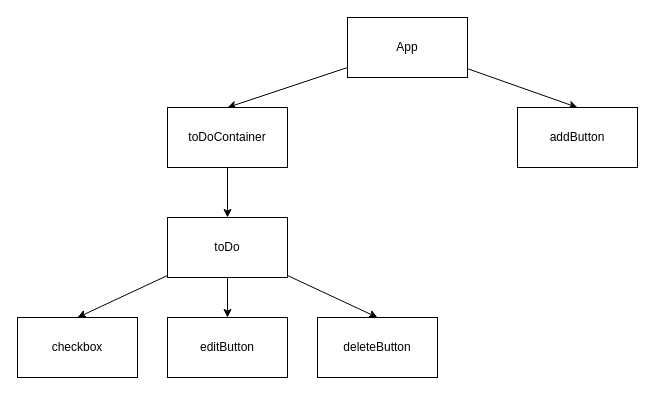
Before: client/src/component-tree.drawio in AnastasiaAdamoudi/ToDoList-MERNstack, a draw.io diagram. Source tidied: cells renumbered, new cells numbered last; positions are measured from the earlier drawing's top-left corner, leaving out a move shared by most shapes. Both pictures are drawn from the tidied source at 100%, with x=0, y=0 at pixel (17, 17).
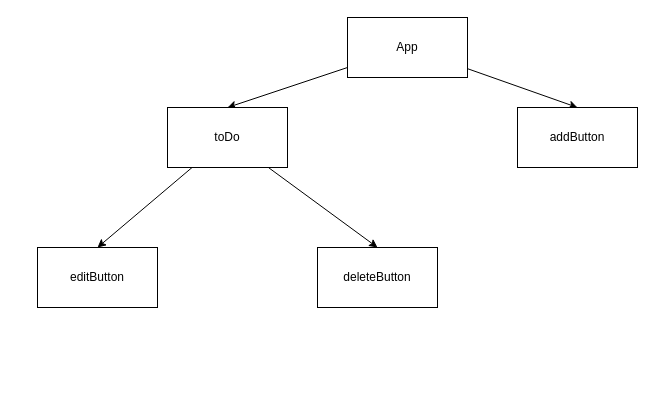
The same page after the edit.

Diff of the diagram source:
```diff
@@
 <mxGraphModel>
   <root>
     <mxCell id="0" />
     <mxCell id="1" parent="0" />
     <mxCell id="2" style="edgeStyle=none;html=1;entryX=0.5;entryY=0;entryDx=0;entryDy=0;" parent="1" edge="1" source="4" target="12">
       <mxGeometry relative="1" as="geometry" />
     </mxCell>
-    <mxCell id="3" style="edgeStyle=none;html=1;entryX=0.5;entryY=0;entryDx=0;entryDy=0;" parent="1" edge="1" source="4" target="14">
-      <mxGeometry relative="1" as="geometry" />
+    <mxCell id="3" style="edgeStyle=none;html=1;entryX=0.5;entryY=0;entryDx=0;entryDy=0;" parent="1" edge="1" source="4">
+      <mxGeometry relative="1" as="geometry">
+        <mxPoint x="210" y="90" as="targetPoint" />
+      </mxGeometry>
     </mxCell>
     <mxCell id="4" value="App" style="whiteSpace=wrap;html=1;" parent="1" vertex="1">
       <mxGeometry x="330" width="120" height="60" as="geometry" />
     </mxCell>
     <mxCell id="5" style="edgeStyle=none;html=1;entryX=0.5;entryY=0;entryDx=0;entryDy=0;" parent="1" edge="1" source="8" target="9">
       <mxGeometry relative="1" as="geometry" />
     </mxCell>
-    <mxCell id="6" style="edgeStyle=none;html=1;entryX=0.5;entryY=0;entryDx=0;entryDy=0;" parent="1" edge="1" source="8" target="11">
-      <mxGeometry relative="1" as="geometry" />
-    </mxCell>
     <mxCell id="7" style="edgeStyle=none;html=1;entryX=0.5;entryY=0;entryDx=0;entryDy=0;" parent="1" edge="1" source="8" target="10">
       <mxGeometry relative="1" as="geometry" />
     </mxCell>
     <mxCell id="8" value="toDo" style="whiteSpace=wrap;html=1;" parent="1" vertex="1">
-      <mxGeometry x="150" y="200" width="120" height="60" as="geometry" />
+      <mxGeometry x="150" y="90" width="120" height="60" as="geometry" />
     </mxCell>
     <mxCell id="9" value="editButton" style="whiteSpace=wrap;html=1;" parent="1" vertex="1">
-      <mxGeometry x="150" y="300" width="120" height="60" as="geometry" />
+      <mxGeometry x="20" y="230" width="120" height="60" as="geometry" />
     </mxCell>
     <mxCell id="10" value="deleteButton" style="whiteSpace=wrap;html=1;" parent="1" vertex="1">
-      <mxGeometry x="300" y="300" width="120" height="60" as="geometry" />
+      <mxGeometry x="300" y="230" width="120" height="60" as="geometry" />
     </mxCell>
-    <mxCell id="11" value="checkbox" style="whiteSpace=wrap;html=1;" parent="1" vertex="1">
-      <mxGeometry y="300" width="120" height="60" as="geometry" />
-    </mxCell>
     <mxCell id="12" value="addButton" style="whiteSpace=wrap;html=1;" parent="1" vertex="1">
       <mxGeometry x="500" y="90" width="120" height="60" as="geometry" />
     </mxCell>
-    <mxCell id="13" style="edgeStyle=none;html=1;entryX=0.5;entryY=0;entryDx=0;entryDy=0;" parent="1" edge="1" source="14" target="8">
-      <mxGeometry relative="1" as="geometry" />
-    </mxCell>
-    <mxCell id="14" value="toDoContainer" style="whiteSpace=wrap;html=1;" parent="1" vertex="1">
-      <mxGeometry x="150" y="90" width="120" height="60" as="geometry" />
-    </mxCell>
   </root>
 </mxGraphModel>
```
